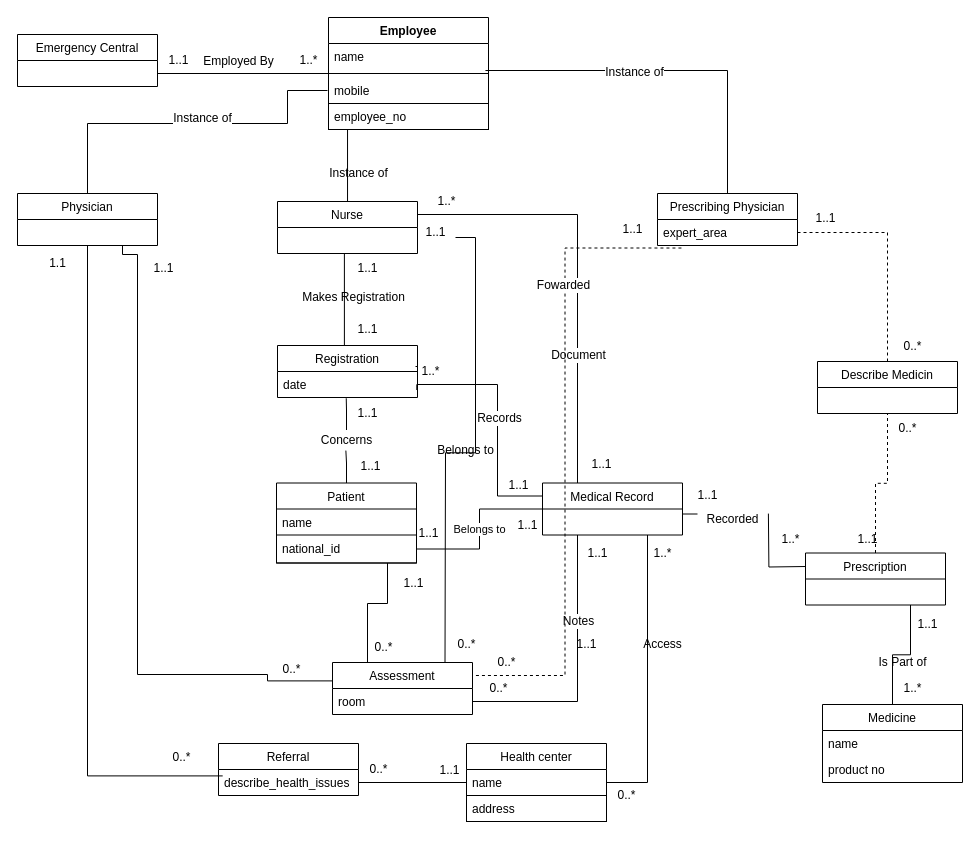
Above: mod-t-2.drawio in kestersimm/drawio (draw.io), before the change. Source tidied: cells renumbered, new cells numbered last; positions are measured from the earlier drawing's top-left corner, leaving out a move shared by most shapes. Both pictures are drawn from the tidied source at 100%, with x=0, y=0 at pixel (17, 17).
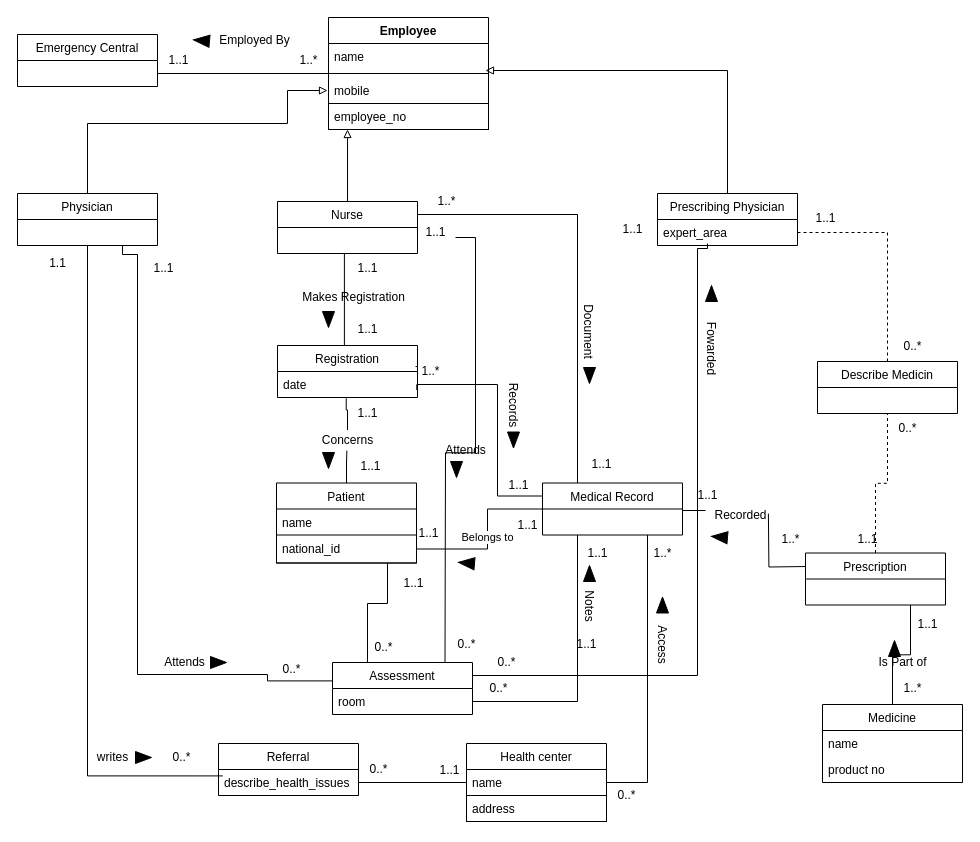
The same page after the edit.

The change refers to these unchanged cells:
```xml
<mxCell id="6" value="mobile" style="text;strokeColor=none;fillColor=none;align=left;verticalAlign=top;spacingLeft=4;spacingRight=4;overflow=hidden;points=[[0,0.5],[1,0.5]];portConstraint=eastwest;" parent="3" vertex="1">
  <mxGeometry y="60" width="160" height="26" as="geometry" />
</mxCell>
<mxCell id="7" value="employee_no" style="text;strokeColor=#000000;fillColor=none;align=left;verticalAlign=top;spacingLeft=4;spacingRight=4;overflow=hidden;points=[[0,0.5],[1,0.5]];portConstraint=eastwest;" parent="3" vertex="1">
  <mxGeometry y="86" width="160" height="26" as="geometry" />
</mxCell>
<mxCell id="17" value="Physician" style="swimlane;fontStyle=0;horizontal=1;startSize=26;fillColor=none;strokeColor=#000000;" parent="1" vertex="1">
  <mxGeometry y="176" width="140" height="52" as="geometry" />
</mxCell>
<mxCell id="21" style="edgeStyle=orthogonalEdgeStyle;rounded=0;jettySize=auto;html=1;exitX=1;exitY=0.25;exitDx=0;exitDy=0;entryX=0.25;entryY=0;entryDx=0;entryDy=0;endArrow=none;endFill=0;" parent="1" edge="1" source="23" target="58">
  <mxGeometry relative="1" as="geometry" />
</mxCell>
<mxCell id="23" value="Nurse" style="swimlane;fontStyle=0;horizontal=1;startSize=26;fillColor=none;strokeColor=#000000;" parent="1" vertex="1">
  <mxGeometry x="260" y="184" width="140" height="52" as="geometry" />
</mxCell>
<mxCell id="26" value="Prescribing Physician" style="swimlane;fontStyle=0;horizontal=1;startSize=26;fillColor=none;strokeColor=#000000;" parent="1" vertex="1">
  <mxGeometry x="640" y="176" width="140" height="52" as="geometry" />
</mxCell>
<mxCell id="27" value="expert_area" style="text;strokeColor=none;fillColor=none;align=left;verticalAlign=top;spacingLeft=4;spacingRight=4;overflow=hidden;points=[[0,0.5],[1,0.5]];portConstraint=eastwest;" parent="26" vertex="1">
  <mxGeometry y="26" width="140" height="26" as="geometry" />
</mxCell>
<mxCell id="33" value="national_id" style="text;strokeColor=#000000;fillColor=none;align=left;verticalAlign=top;spacingLeft=4;spacingRight=4;overflow=hidden;points=[[0,0.5],[1,0.5]];portConstraint=eastwest;" parent="31" vertex="1">
  <mxGeometry y="52" width="140" height="28" as="geometry" />
</mxCell>
<mxCell id="43" value="Assessment" style="swimlane;fontStyle=0;horizontal=1;startSize=26;fillColor=none;" parent="1" vertex="1">
  <mxGeometry x="315" y="645" width="140" height="52" as="geometry" />
</mxCell>
<mxCell id="58" value="Medical Record" style="swimlane;fontStyle=0;horizontal=1;startSize=26;fillColor=none;" parent="1" vertex="1">
  <mxGeometry x="525" y="465.5" width="140" height="52" as="geometry" />
</mxCell>
<mxCell id="59" style="edgeStyle=orthogonalEdgeStyle;rounded=0;jettySize=auto;html=1;endArrow=none;endFill=0;entryX=0.25;entryY=1;entryDx=0;entryDy=0;" parent="1" edge="1" source="44" target="58">
  <mxGeometry relative="1" as="geometry" />
</mxCell>
<mxCell id="64" style="edgeStyle=orthogonalEdgeStyle;rounded=0;jettySize=auto;html=1;exitX=0;exitY=0.25;exitDx=0;exitDy=0;entryX=0.043;entryY=1.426;entryDx=0;entryDy=0;endArrow=none;endFill=0;entryPerimeter=0;" parent="1" edge="1" source="58" target="63">
  <mxGeometry relative="1" as="geometry">
    <Array as="points">
      <mxPoint x="480" y="478" />
      <mxPoint x="480" y="367" />
      <mxPoint x="399" y="367" />
    </Array>
  </mxGeometry>
</mxCell>
```

Diff of the diagram source:
```diff
@@
     <mxCell id="9" value="Employed By" style="text;html=1;align=center;verticalAlign=middle;" parent="1" vertex="1">
-      <mxGeometry x="176" y="34" width="90" height="20" as="geometry" />
+      <mxGeometry x="192" y="13" width="90" height="20" as="geometry" />
     </mxCell>
@@
-    <mxCell id="12" style="edgeStyle=orthogonalEdgeStyle;rounded=0;jettySize=auto;html=1;endArrow=none;endFill=0;" parent="1" edge="1" source="17">
+    <mxCell id="12" style="edgeStyle=orthogonalEdgeStyle;rounded=0;jettySize=auto;html=1;endArrow=block;endFill=0;" parent="1" edge="1" source="17">
       <mxGeometry relative="1" as="geometry">
         <mxPoint x="310" y="73" as="targetPoint" />
         <Array as="points">
           <mxPoint x="70" y="106" />
           <mxPoint x="270" y="106" />
           <mxPoint x="270" y="73" />
         </Array>
       </mxGeometry>
     </mxCell>
-    <mxCell id="13" value="Instance of" style="text;html=1;align=center;verticalAlign=middle;labelBackgroundColor=#ffffff;" parent="12" vertex="1">
-      <mxGeometry x="0.07" y="6" relative="1" as="geometry" />
-    </mxCell>
@@
-    <mxCell id="18" style="edgeStyle=orthogonalEdgeStyle;rounded=0;jettySize=auto;html=1;endArrow=none;endFill=0;entryX=0.119;entryY=1;entryDx=0;entryDy=0;entryPerimeter=0;" parent="1" edge="1" source="23" target="7">
+    <mxCell id="18" style="edgeStyle=orthogonalEdgeStyle;rounded=0;jettySize=auto;html=1;endArrow=block;endFill=0;entryX=0.119;entryY=1;entryDx=0;entryDy=0;entryPerimeter=0;" parent="1" edge="1" source="23" target="7">
       <mxGeometry relative="1" as="geometry" />
     </mxCell>
@@
-    <mxCell id="22" value="Document" style="text;html=1;align=center;verticalAlign=middle;labelBackgroundColor=#ffffff;" parent="21" vertex="1">
-      <mxGeometry x="0.4" relative="1" as="geometry" />
+    <mxCell id="22" value="Document" style="text;html=1;align=center;verticalAlign=middle;labelBackgroundColor=#ffffff;rotation=90;" parent="21" vertex="1">
+      <mxGeometry x="0.4" relative="1" as="geometry">
+        <mxPoint x="12" y="-24" as="offset" />
+      </mxGeometry>
     </mxCell>
@@
-    <mxCell id="24" style="edgeStyle=orthogonalEdgeStyle;rounded=0;jettySize=auto;html=1;exitX=0.5;exitY=0;exitDx=0;exitDy=0;entryX=0.981;entryY=-0.269;entryDx=0;entryDy=0;endArrow=none;endFill=0;entryPerimeter=0;" parent="1" edge="1" source="26" target="6">
+    <mxCell id="24" style="edgeStyle=orthogonalEdgeStyle;rounded=0;jettySize=auto;html=1;exitX=0.5;exitY=0;exitDx=0;exitDy=0;entryX=0.981;entryY=-0.269;entryDx=0;entryDy=0;endArrow=block;endFill=0;entryPerimeter=0;" parent="1" edge="1" source="26" target="6">
       <mxGeometry relative="1" as="geometry" />
     </mxCell>
-    <mxCell id="25" value="Instance of" style="text;html=1;align=center;verticalAlign=middle;labelBackgroundColor=#ffffff;" parent="24" vertex="1">
-      <mxGeometry x="0.19" y="1" relative="1" as="geometry" />
-    </mxCell>
@@
     <mxCell id="37" value="Concerns" style="text;html=1;align=center;verticalAlign=middle;points=[];" parent="1" vertex="1">
-      <mxGeometry x="294" y="412.5" width="70" height="20" as="geometry" />
+      <mxGeometry x="295" y="412.5" width="70" height="20" as="geometry" />
     </mxCell>
@@
-    <mxCell id="60" value="Notes" style="text;html=1;align=center;verticalAlign=middle;labelBackgroundColor=#ffffff;" parent="59" vertex="1">
+    <mxCell id="60" value="Notes" style="text;html=1;align=center;verticalAlign=middle;labelBackgroundColor=#ffffff;rotation=90;" parent="59" vertex="1">
       <mxGeometry x="0.37" y="-11" relative="1" as="geometry">
-        <mxPoint x="-11" as="offset" />
+        <mxPoint x="1" y="-15.5" as="offset" />
       </mxGeometry>
     </mxCell>
-    <mxCell id="61" value="Belongs to" style="text;html=1;align=center;verticalAlign=middle;" parent="1" vertex="1">
-      <mxGeometry x="413" y="422.5" width="70" height="20" as="geometry" />
+    <mxCell id="61" value="Attends" style="text;html=1;align=center;verticalAlign=middle;" parent="1" vertex="1">
+      <mxGeometry x="418" y="422.5" width="60" height="20" as="geometry" />
     </mxCell>
@@
-    <mxCell id="65" value="Records" style="text;html=1;align=center;verticalAlign=middle;labelBackgroundColor=#ffffff;" parent="64" vertex="1">
-      <mxGeometry x="0.01" y="-1" relative="1" as="geometry" />
+    <mxCell id="65" value="Records" style="text;html=1;align=center;verticalAlign=middle;labelBackgroundColor=#ffffff;rotation=90;" parent="64" vertex="1">
+      <mxGeometry x="0.01" y="-1" relative="1" as="geometry">
+        <mxPoint x="15" y="-14" as="offset" />
+      </mxGeometry>
     </mxCell>
@@
-    <mxCell id="74" value="Access" style="text;html=1;align=center;verticalAlign=middle;" parent="1" vertex="1">
+    <mxCell id="74" value="Access" style="text;html=1;align=center;verticalAlign=middle;rotation=90;" parent="1" vertex="1">
       <mxGeometry x="620" y="617" width="50" height="20" as="geometry" />
     </mxCell>
@@
-    <mxCell id="77" value="Instance of" style="text;html=1;align=center;verticalAlign=middle;" parent="1" vertex="1">
-      <mxGeometry x="306" y="146" width="70" height="20" as="geometry" />
-    </mxCell>
@@
     <mxCell id="89" value="Recorded" style="text;html=1;align=center;verticalAlign=middle;points=[];" parent="1" vertex="1">
-      <mxGeometry x="680" y="491.5" width="70" height="20" as="geometry" />
+      <mxGeometry x="688" y="488" width="70" height="20" as="geometry" />
     </mxCell>
@@
     <mxCell id="93" value="Belongs to" style="edgeStyle=orthogonalEdgeStyle;rounded=0;jettySize=auto;html=1;entryX=0;entryY=0.5;entryDx=0;entryDy=0;endArrow=none;endFill=0;" parent="1" edge="1" source="33" target="58">
-      <mxGeometry relative="1" as="geometry" />
+      <mxGeometry relative="1" as="geometry">
+        <Array as="points">
+          <mxPoint x="470" y="532" />
+          <mxPoint x="470" y="492" />
+        </Array>
+      </mxGeometry>
     </mxCell>
@@
-    <mxCell id="96" style="edgeStyle=orthogonalEdgeStyle;rounded=0;jettySize=auto;html=1;entryX=1;entryY=0.25;entryDx=0;entryDy=0;endArrow=none;endFill=0;exitX=0.171;exitY=1.097;exitDx=0;exitDy=0;exitPerimeter=0;dashed=1;" parent="1" edge="1" source="27" target="43">
-      <mxGeometry relative="1" as="geometry" />
+    <mxCell id="96" style="edgeStyle=orthogonalEdgeStyle;rounded=0;jettySize=auto;html=1;entryX=1;entryY=0.25;entryDx=0;entryDy=0;endArrow=none;endFill=0;exitX=0.357;exitY=0.923;exitDx=0;exitDy=0;exitPerimeter=0;" parent="1" edge="1" source="27" target="43">
+      <mxGeometry relative="1" as="geometry">
+        <Array as="points">
+          <mxPoint x="690" y="231" />
+          <mxPoint x="680" y="231" />
+          <mxPoint x="680" y="658" />
+        </Array>
+      </mxGeometry>
     </mxCell>
-    <mxCell id="97" value="Fowarded" style="text;html=1;align=center;verticalAlign=middle;labelBackgroundColor=#ffffff;" parent="96" vertex="1">
+    <mxCell id="97" value="Fowarded" style="text;html=1;align=center;verticalAlign=middle;labelBackgroundColor=#ffffff;rotation=90;" parent="96" vertex="1">
       <mxGeometry x="-0.63" y="35" relative="1" as="geometry">
-        <mxPoint x="-37" y="35" as="offset" />
+        <mxPoint x="-21" y="-9" as="offset" />
       </mxGeometry>
     </mxCell>
@@
+    <mxCell id="105" style="triangle;whiteSpace=wrap;html=1;fillColor=#000000;rotation=-175;" parent="1" vertex="1">
+      <mxGeometry x="176" y="17" width="16" height="12" as="geometry" />
+    </mxCell>
+    <mxCell id="106" style="triangle;whiteSpace=wrap;html=1;fillColor=#000000;rotation=-175;" parent="1" vertex="1">
+      <mxGeometry x="694" y="513.5" width="16" height="12" as="geometry" />
+    </mxCell>
+    <mxCell id="107" style="triangle;whiteSpace=wrap;html=1;fillColor=#000000;rotation=90;" parent="1" vertex="1">
+      <mxGeometry x="303" y="296" width="16" height="12" as="geometry" />
+    </mxCell>
+    <mxCell id="108" style="triangle;whiteSpace=wrap;html=1;fillColor=#000000;rotation=-90;" parent="1" vertex="1">
+      <mxGeometry x="637" y="581.5" width="16" height="12" as="geometry" />
+    </mxCell>
+    <mxCell id="109" style="triangle;whiteSpace=wrap;html=1;fillColor=#000000;rotation=-90;" parent="1" vertex="1">
+      <mxGeometry x="869" y="625" width="16" height="12" as="geometry" />
+    </mxCell>
+    <mxCell id="110" style="triangle;whiteSpace=wrap;html=1;fillColor=#000000;rotation=-90;" parent="1" vertex="1">
+      <mxGeometry x="686" y="270" width="16" height="12" as="geometry" />
+    </mxCell>
+    <mxCell id="111" style="triangle;whiteSpace=wrap;html=1;fillColor=#000000;rotation=90;" parent="1" vertex="1">
+      <mxGeometry x="564" y="352" width="16" height="12" as="geometry" />
+    </mxCell>
+    <mxCell id="112" style="triangle;whiteSpace=wrap;html=1;fillColor=#000000;rotation=90;" parent="1" vertex="1">
+      <mxGeometry x="488" y="416.5" width="16" height="12" as="geometry" />
+    </mxCell>
+    <mxCell id="113" style="triangle;whiteSpace=wrap;html=1;fillColor=#000000;rotation=90;" parent="1" vertex="1">
+      <mxGeometry x="431" y="446" width="16" height="12" as="geometry" />
+    </mxCell>
+    <mxCell id="114" style="triangle;whiteSpace=wrap;html=1;fillColor=#000000;rotation=-175;" parent="1" vertex="1">
+      <mxGeometry x="441" y="539.5" width="16" height="12" as="geometry" />
+    </mxCell>
+    <mxCell id="115" style="triangle;whiteSpace=wrap;html=1;fillColor=#000000;rotation=-90;" parent="1" vertex="1">
+      <mxGeometry x="564" y="550" width="16" height="12" as="geometry" />
+    </mxCell>
+    <mxCell id="116" style="triangle;whiteSpace=wrap;html=1;fillColor=#000000;rotation=90;" parent="1" vertex="1">
+      <mxGeometry x="303" y="437" width="16" height="12" as="geometry" />
+    </mxCell>
+    <mxCell id="117" value="Attends" style="text;html=1;align=center;verticalAlign=middle;" parent="1" vertex="1">
+      <mxGeometry x="137" y="635" width="60" height="20" as="geometry" />
+    </mxCell>
+    <mxCell id="118" value="writes" style="text;html=1;align=center;verticalAlign=middle;" parent="1" vertex="1">
+      <mxGeometry x="70" y="730" width="50" height="20" as="geometry" />
+    </mxCell>
+    <mxCell id="119" style="triangle;whiteSpace=wrap;html=1;fillColor=#000000;rotation=0;" parent="1" vertex="1">
+      <mxGeometry x="193" y="639" width="16" height="12" as="geometry" />
+    </mxCell>
+    <mxCell id="120" style="triangle;whiteSpace=wrap;html=1;fillColor=#000000;rotation=0;" parent="1" vertex="1">
+      <mxGeometry x="118" y="734" width="16" height="12" as="geometry" />
+    </mxCell>
```
